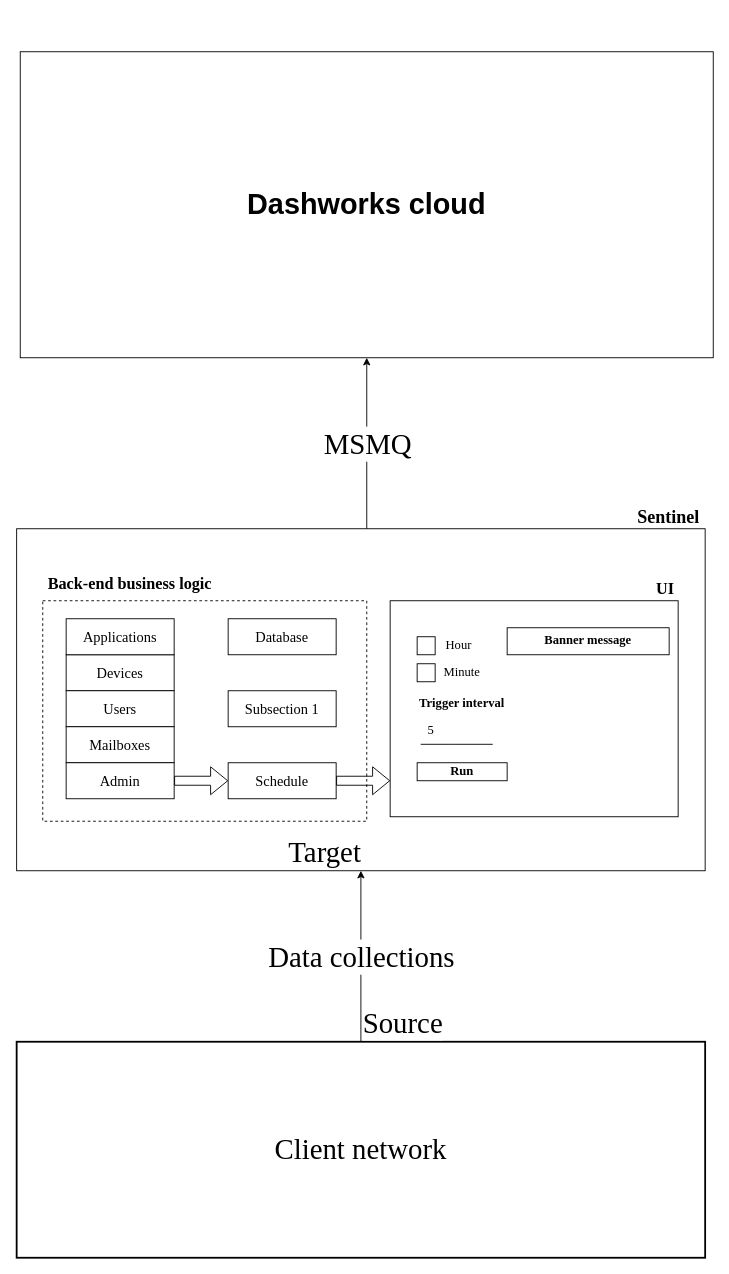
Before: src/assets/Untitled Diagram.drawio in ValeryYuntsevich/ag-grid, a draw.io diagram. Source tidied: cells renumbered, new cells numbered last; positions are measured from the earlier drawing's top-left corner, leaving out a move shared by most shapes. Both pictures are drawn from the tidied source at 90%, with x=0, y=0 at pixel (16, 51).
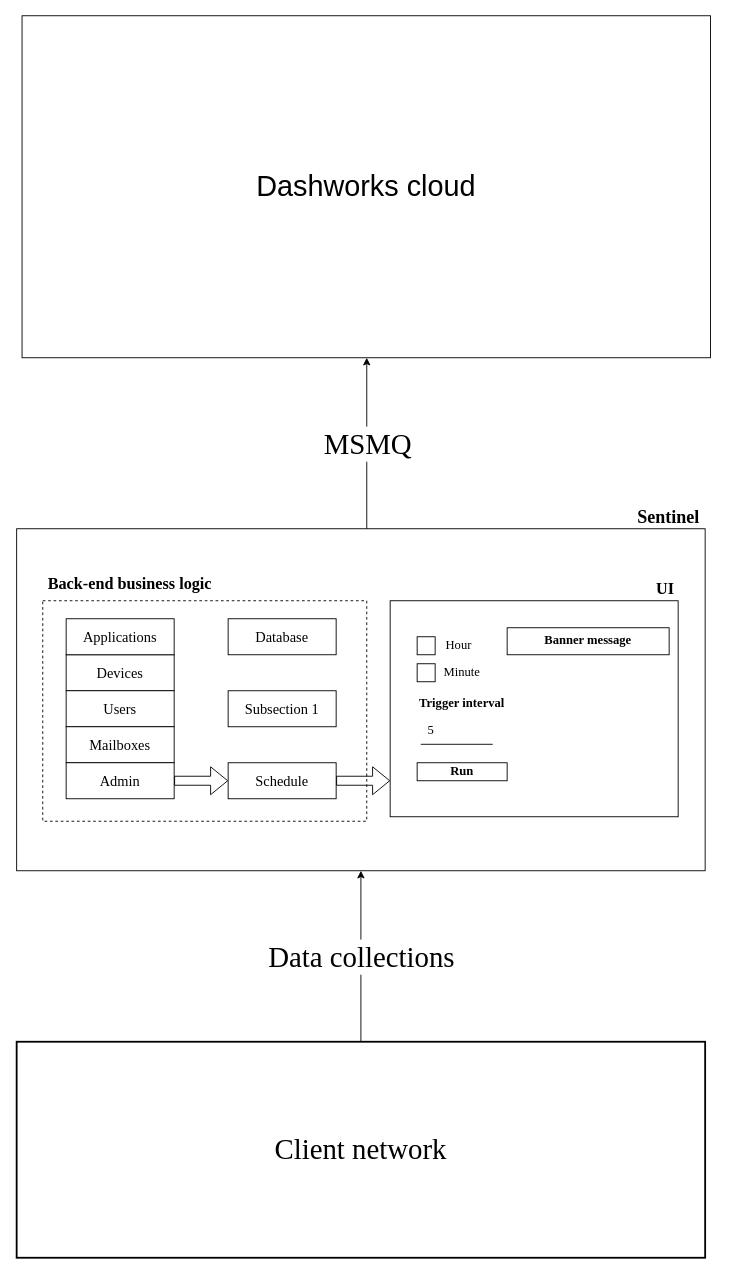
After the change.

The change refers to these unchanged cells:
```xml
<mxCell id="31" style="endArrow=classic;html=1;rounded=0;fontFamily=Times New Roman;fontSize=32;entryX=0.5;entryY=1;entryDx=0;entryDy=0;exitX=0.5;exitY=0;exitDx=0;exitDy=0;" parent="1" edge="1" source="30" target="2">
  <mxGeometry relative="1" as="geometry" />
</mxCell>
```

What changed in the source:
```diff
@@
-    <mxCell id="27" value="Dashworks cloud" style="rounded=0;whiteSpace=wrap;html=1;fontSize=32;fontStyle=1;" parent="1" vertex="1">
-      <mxGeometry x="4" width="770" height="340" as="geometry" />
-    </mxCell>
-    <mxCell id="28" style="endArrow=classic;html=1;rounded=0;fontFamily=Times New Roman;fontSize=32;entryX=0.5;entryY=1;entryDx=0;entryDy=0;" parent="1" edge="1" target="27">
+    <mxCell id="28" style="endArrow=classic;html=1;rounded=0;fontFamily=Times New Roman;fontSize=32;entryX=0.5;entryY=1;entryDx=0;entryDy=0;" parent="1" edge="1">
       <mxGeometry relative="1" as="geometry">
         <mxPoint x="389" y="530" as="sourcePoint" />
+        <mxPoint x="389" y="340" as="targetPoint" />
       </mxGeometry>
     </mxCell>
@@
-    <mxCell id="33" value="Source" style="edgeLabel;html=1;align=left;verticalAlign=bottom;fontFamily=Times New Roman;fontSize=32;strokeWidth=2;" parent="31" vertex="1">
-      <mxGeometry x="-1" relative="1" as="geometry" />
-    </mxCell>
-    <mxCell id="34" value="Target" style="edgeLabel;html=1;align=right;verticalAlign=bottom;fontFamily=Times New Roman;fontSize=32;strokeWidth=2;" parent="31" vertex="1">
-      <mxGeometry x="1" relative="1" as="geometry" />
-    </mxCell>
@@
+    <mxCell id="27" value="Dashworks cloud" style="rounded=0;whiteSpace=wrap;html=1;fontSize=32;" parent="1" vertex="1">
+      <mxGeometry x="6" y="-40" width="765" height="380" as="geometry" />
+    </mxCell>
```
